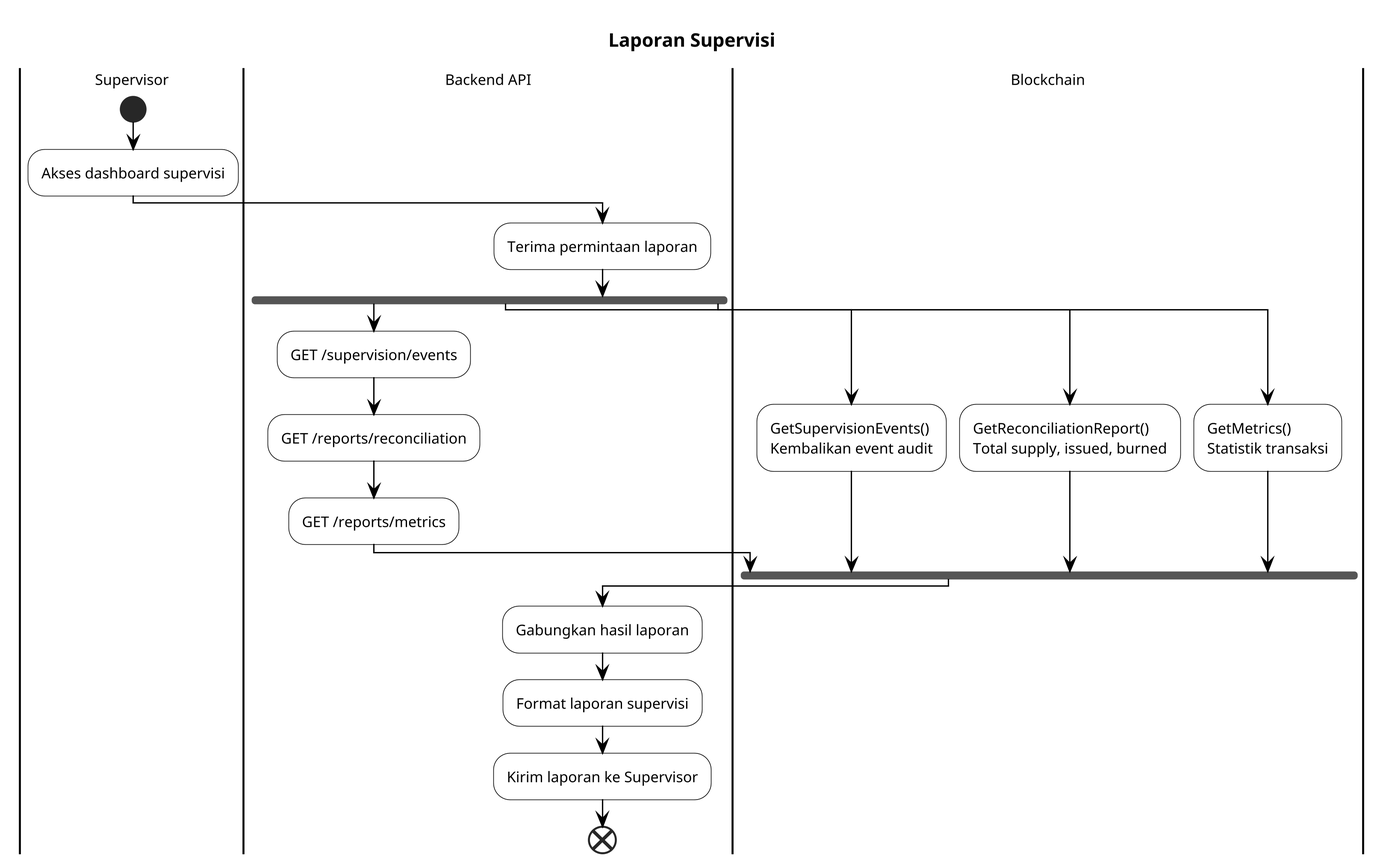
mfachrizalg/bi-coin keeps this PlantUML diagram as thesis/contents/figures/activity/AD10-Laporan-Supervisi.png. Above is the earlier version.
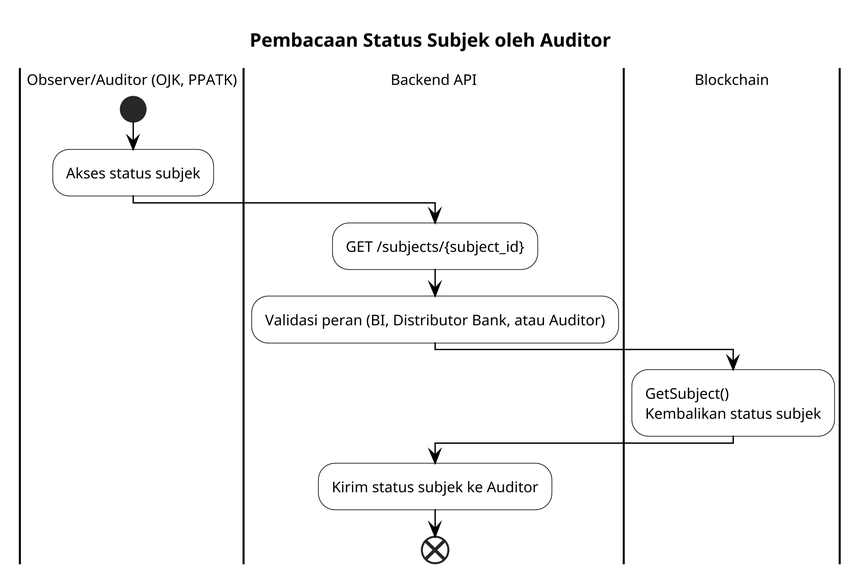
Above is the later version.

What changed in the source:
```diff
@@ -13,37 +13,22 @@
 skinparam swimlaneBorderColor black
 skinparam partitionBorderColor black
 
-title Laporan Supervisi
+title Pembacaan Status Subjek oleh Auditor
 
-|Supervisor|
+|Observer/Auditor (OJK, PPATK)|
 start
-:Akses dashboard supervisi;
+:Akses status subjek;
 
 |Backend API|
-:Terima permintaan laporan;
+:GET /subjects/{subject_id};
+:Validasi peran (BI, Distributor Bank, atau Auditor);
 
-fork
-  :GET /supervision/events;
-  :GET /reports/reconciliation;
-  :GET /reports/metrics;
-fork again
-  |Blockchain|
-  :GetSupervisionEvents()
-  Kembalikan event audit;
-fork again
-  |Blockchain|
-  :GetReconciliationReport()
-  Total supply, issued, burned;
-fork again
-  |Blockchain|
-  :GetMetrics()
-  Statistik transaksi;
-end fork
+|Blockchain|
+:GetSubject()
+Kembalikan status subjek;
 
 |Backend API|
-:Gabungkan hasil laporan;
-:Format laporan supervisi;
-:Kirim laporan ke Supervisor;
+:Kirim status subjek ke Auditor;
 end
 
 @enduml
```
